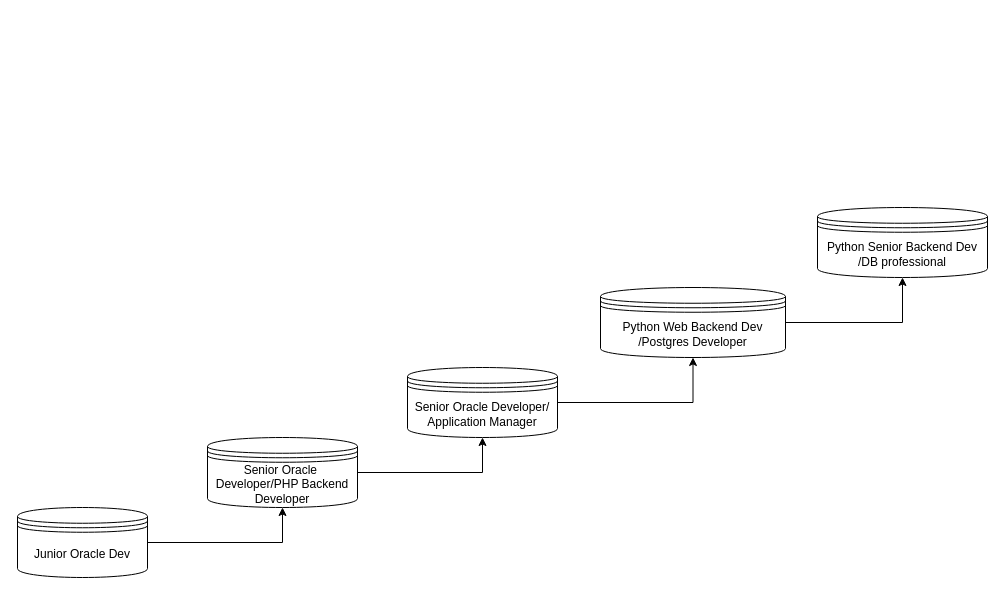
The draw.io diagram Untitled Diagram.drawio in hankli0924/postgres_best_practice, before the edit. Source tidied: cells renumbered, new cells numbered last; positions are measured from the earlier drawing's top-left corner, leaving out a move shared by most shapes. Both pictures are drawn from the tidied source at 100%, with x=0, y=0 at pixel (17, 207).
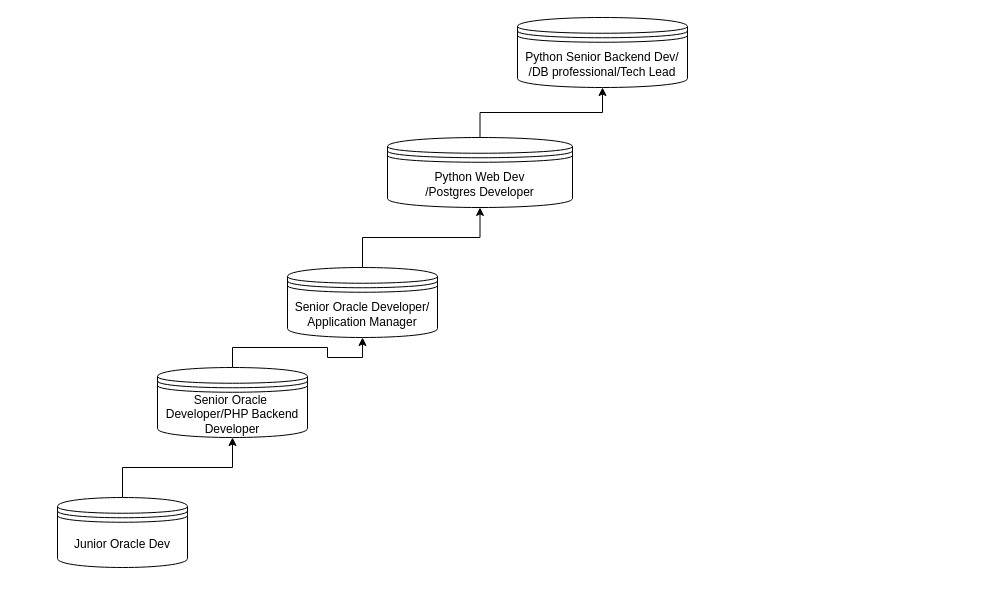
After the change.

Diff of the diagram source:
```diff
@@
 <mxGraphModel>
   <root>
     <mxCell id="0" />
     <mxCell id="1" parent="0" />
     <mxCell id="2" style="edgeStyle=orthogonalEdgeStyle;rounded=0;jettySize=auto;html=1;entryX=0.5;entryY=1;entryDx=0;entryDy=0;" parent="1" edge="1" source="3" target="5">
       <mxGeometry relative="1" as="geometry" />
     </mxCell>
     <mxCell id="3" value="Junior Oracle Dev" style="shape=datastore;whiteSpace=wrap;html=1;" parent="1" vertex="1">
-      <mxGeometry y="300" width="130" height="70" as="geometry" />
+      <mxGeometry x="40" y="290" width="130" height="70" as="geometry" />
     </mxCell>
     <mxCell id="4" style="edgeStyle=orthogonalEdgeStyle;rounded=0;jettySize=auto;html=1;entryX=0.5;entryY=1;entryDx=0;entryDy=0;" parent="1" edge="1" source="5" target="7">
       <mxGeometry relative="1" as="geometry" />
     </mxCell>
     <mxCell id="5" value="Senior Oracle&amp;nbsp; Developer/PHP Backend Developer" style="shape=datastore;whiteSpace=wrap;html=1;" parent="1" vertex="1">
-      <mxGeometry x="190" y="230" width="150" height="70" as="geometry" />
+      <mxGeometry x="140" y="160" width="150" height="70" as="geometry" />
     </mxCell>
     <mxCell id="6" style="edgeStyle=orthogonalEdgeStyle;rounded=0;jettySize=auto;html=1;entryX=0.5;entryY=1;entryDx=0;entryDy=0;" parent="1" edge="1" source="7" target="9">
       <mxGeometry relative="1" as="geometry" />
     </mxCell>
     <mxCell id="7" value="Senior Oracle Developer/ Application Manager" style="shape=datastore;whiteSpace=wrap;html=1;" parent="1" vertex="1">
-      <mxGeometry x="390" y="160" width="150" height="70" as="geometry" />
+      <mxGeometry x="270" y="60" width="150" height="70" as="geometry" />
     </mxCell>
     <mxCell id="8" style="edgeStyle=orthogonalEdgeStyle;rounded=0;jettySize=auto;html=1;entryX=0.5;entryY=1;entryDx=0;entryDy=0;" parent="1" edge="1" source="9" target="10">
       <mxGeometry relative="1" as="geometry" />
     </mxCell>
-    <mxCell id="9" value="Python Web Backend Dev&lt;div&gt;/Postgres Developer&lt;/div&gt;" style="shape=datastore;whiteSpace=wrap;html=1;" parent="1" vertex="1">
-      <mxGeometry x="583" y="80" width="185" height="70" as="geometry" />
+    <mxCell id="9" value="Python Web Dev&lt;div&gt;/Postgres Developer&lt;/div&gt;" style="shape=datastore;whiteSpace=wrap;html=1;" parent="1" vertex="1">
+      <mxGeometry x="370" y="-70" width="185" height="70" as="geometry" />
     </mxCell>
-    <mxCell id="10" value="Python Senior Backend Dev&lt;div&gt;/DB professional&lt;/div&gt;" style="shape=datastore;whiteSpace=wrap;html=1;" parent="1" vertex="1">
-      <mxGeometry x="800" width="170" height="70" as="geometry" />
+    <mxCell id="10" value="Python Senior Backend Dev/&lt;div&gt;/DB professional/&lt;span style=&quot;background-color: initial;&quot;&gt;Tech Lead&lt;/span&gt;&lt;/div&gt;" style="shape=datastore;whiteSpace=wrap;html=1;" parent="1" vertex="1">
+      <mxGeometry x="500" y="-190" width="170" height="70" as="geometry" />
     </mxCell>
   </root>
 </mxGraphModel>
```
